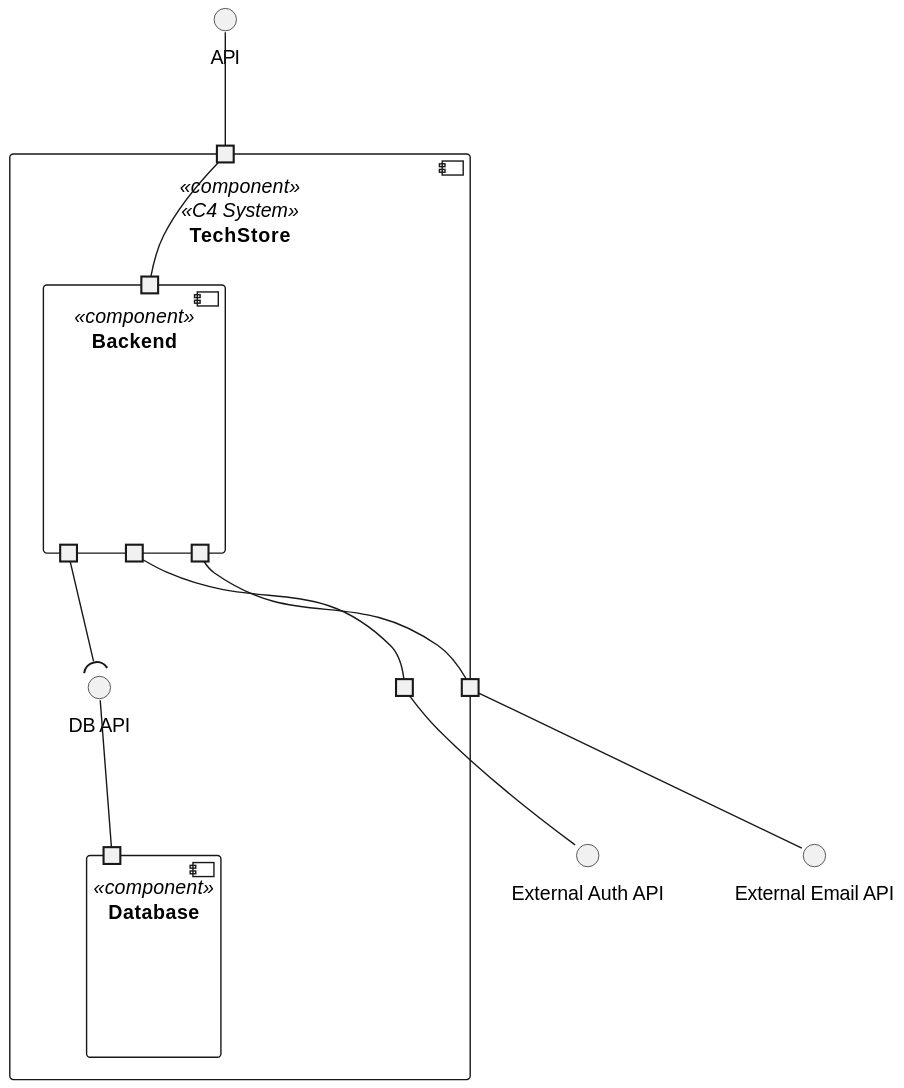
Before: docs/views/level-2/logical-view/logical-view.svg, a diagram exported from PlantUML (mei-desofs/desofs2026-thu_crr_1).
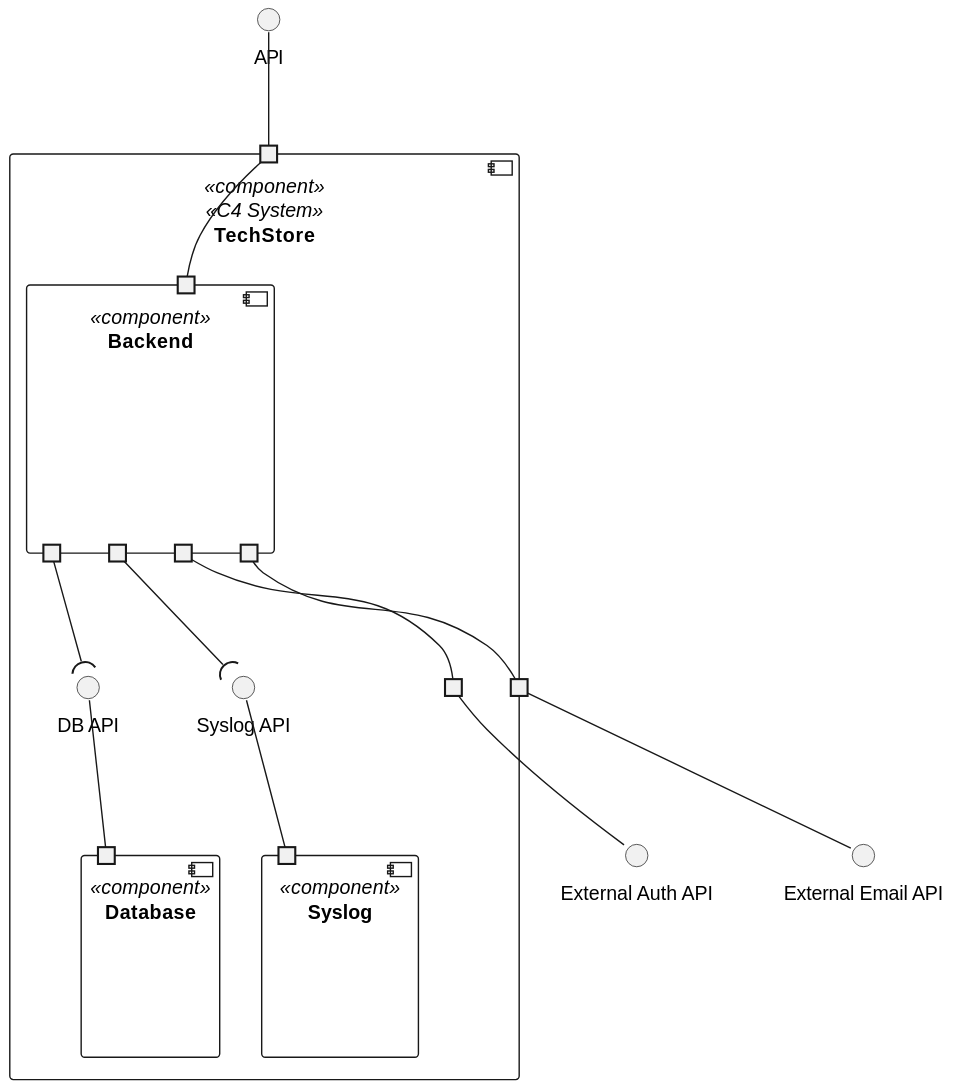
Above is the later version.

Commit message:
docs: add syslog to views

Diff of the diagram source:
```diff
@@ -15,12 +15,18 @@
         portout " " as BackendPO
         portout " " as BackendPO2
         portout " " as BackendPO3
+        portout " " as BackendPO4
     }
 
     interface "DB API" as DBAPI
+    interface "Syslog API" as SyslogAPI
 
     component "Database" <<component>> {
         portin " " as DBPI
+    }
+
+    component "Syslog" <<component>> {
+        portin " " as SyslogPI
     }
 
     BackendPO --( DBAPI
@@ -31,5 +37,7 @@
     BackendPO3 -- TechStorePO2
     TechStorePO -- EXTERNAL_AUTH_API
     TechStorePO2 -- EMAIL_API
+    SyslogAPI -- SyslogPI
+    BackendPO4 --( SyslogAPI
 }
 @enduml
```
